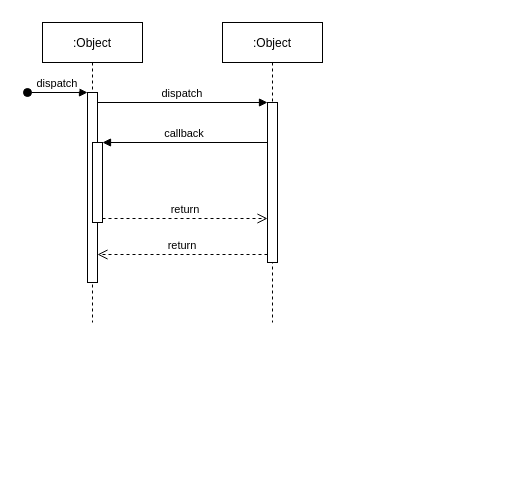
Above: 时序图.drawio in maodunUi/myDraw (draw.io), before the change. Source tidied: cells renumbered, new cells numbered last; positions are measured from the earlier drawing's top-left corner, leaving out a move shared by most shapes. Both pictures are drawn from the tidied source at 100%, with x=0, y=0 at pixel (27, 22).
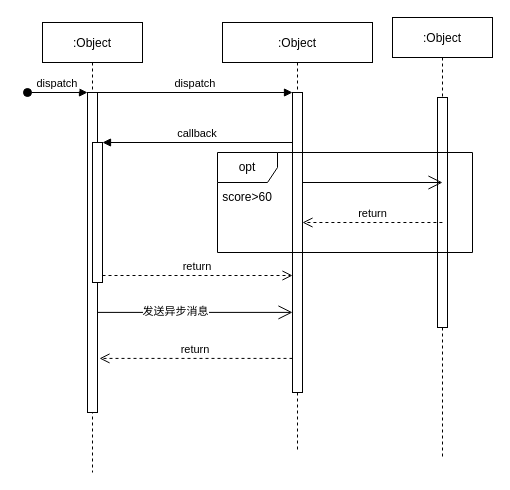
The same page after the edit.

Commit message:
更新时序图.drawio

Change to the diagram source:
```diff
@@
     <mxCell id="2" value=":Object" style="shape=umlLifeline;perimeter=lifelinePerimeter;rounded=0;shadow=0;strokeWidth=1;" parent="1" vertex="1">
-      <mxGeometry x="15" width="100" height="300" as="geometry" />
+      <mxGeometry x="15" width="100" height="450" as="geometry" />
     </mxCell>
     <mxCell id="3" style="points=[];perimeter=orthogonalPerimeter;rounded=0;shadow=0;strokeWidth=1;" parent="2" vertex="1">
-      <mxGeometry x="45" y="70" width="10" height="190" as="geometry" />
+      <mxGeometry x="45" y="70" width="10" height="320" as="geometry" />
     </mxCell>
@@
     <mxCell id="5" style="points=[];perimeter=orthogonalPerimeter;rounded=0;shadow=0;strokeWidth=1;" parent="2" vertex="1">
-      <mxGeometry x="50" y="120" width="10" height="80" as="geometry" />
+      <mxGeometry x="50" y="120" width="10" height="140" as="geometry" />
     </mxCell>
     <mxCell id="6" value=":Object" style="shape=umlLifeline;perimeter=lifelinePerimeter;rounded=0;shadow=0;strokeWidth=1;" parent="1" vertex="1">
-      <mxGeometry x="195" width="100" height="300" as="geometry" />
+      <mxGeometry x="195" width="150" height="430" as="geometry" />
     </mxCell>
     <mxCell id="7" style="points=[];perimeter=orthogonalPerimeter;rounded=0;shadow=0;strokeWidth=1;" parent="6" vertex="1">
-      <mxGeometry x="45" y="80" width="10" height="160" as="geometry" />
+      <mxGeometry x="70" y="70" width="10" height="300" as="geometry" />
     </mxCell>
-    <mxCell id="8" value="return" style="verticalAlign=bottom;endArrow=open;dashed=1;endSize=8;exitX=0;exitY=0.95;shadow=0;strokeWidth=1;" parent="1" edge="1" source="7" target="3">
+    <mxCell id="8" value="return" style="verticalAlign=bottom;endArrow=open;dashed=1;endSize=8;shadow=0;strokeWidth=1;entryX=1.2;entryY=0.831;entryDx=0;entryDy=0;entryPerimeter=0;" parent="1" edge="1" source="7" target="3">
       <mxGeometry relative="1" as="geometry" />
     </mxCell>
@@
+    <mxCell id="12" value=":Object" style="shape=umlLifeline;perimeter=lifelinePerimeter;rounded=0;shadow=0;strokeWidth=1;" parent="1" vertex="1">
+      <mxGeometry x="365" y="-5" width="100" height="440" as="geometry" />
+    </mxCell>
+    <mxCell id="13" style="perimeter=orthogonalPerimeter;rounded=0;shadow=0;strokeWidth=1;" parent="12" vertex="1">
+      <mxGeometry x="45" y="80" width="10" height="230" as="geometry" />
+    </mxCell>
+    <mxCell id="14" value="score&amp;gt;60" style="text;html=1;strokeColor=none;fillColor=none;align=center;verticalAlign=middle;whiteSpace=wrap;rounded=0;" parent="1" vertex="1">
+      <mxGeometry x="190" y="160" width="60" height="30" as="geometry" />
+    </mxCell>
+    <mxCell id="15" style="endArrow=open;endFill=1;endSize=12;html=1;rounded=0;entryX=0;entryY=0.733;entryDx=0;entryDy=0;entryPerimeter=0;" parent="1" edge="1" source="3" target="7">
+      <mxGeometry relative="1" as="geometry" />
+    </mxCell>
+    <mxCell id="16" value="发送异步消息" style="edgeLabel;html=1;align=center;verticalAlign=middle;" parent="15" vertex="1">
+      <mxGeometry x="-0.21" y="1" relative="1" as="geometry" />
+    </mxCell>
+    <mxCell id="17" value="opt" style="shape=umlFrame;whiteSpace=wrap;html=1;" parent="1" vertex="1">
+      <mxGeometry x="190" y="130" width="255" height="100" as="geometry" />
+    </mxCell>
+    <mxCell id="18" style="endArrow=open;endFill=1;endSize=12;html=1;rounded=0;" parent="1" edge="1">
+      <mxGeometry relative="1" as="geometry">
+        <mxPoint x="275" y="160" as="sourcePoint" />
+        <mxPoint x="415" y="160" as="targetPoint" />
+      </mxGeometry>
+    </mxCell>
+    <mxCell id="19" value="return" style="html=1;verticalAlign=bottom;endArrow=open;dashed=1;endSize=8;rounded=0;exitX=0.882;exitY=0.7;exitDx=0;exitDy=0;exitPerimeter=0;" parent="1" edge="1" source="17">
+      <mxGeometry relative="1" as="geometry">
+        <mxPoint x="275" y="200" as="targetPoint" />
+      </mxGeometry>
+    </mxCell>
```
